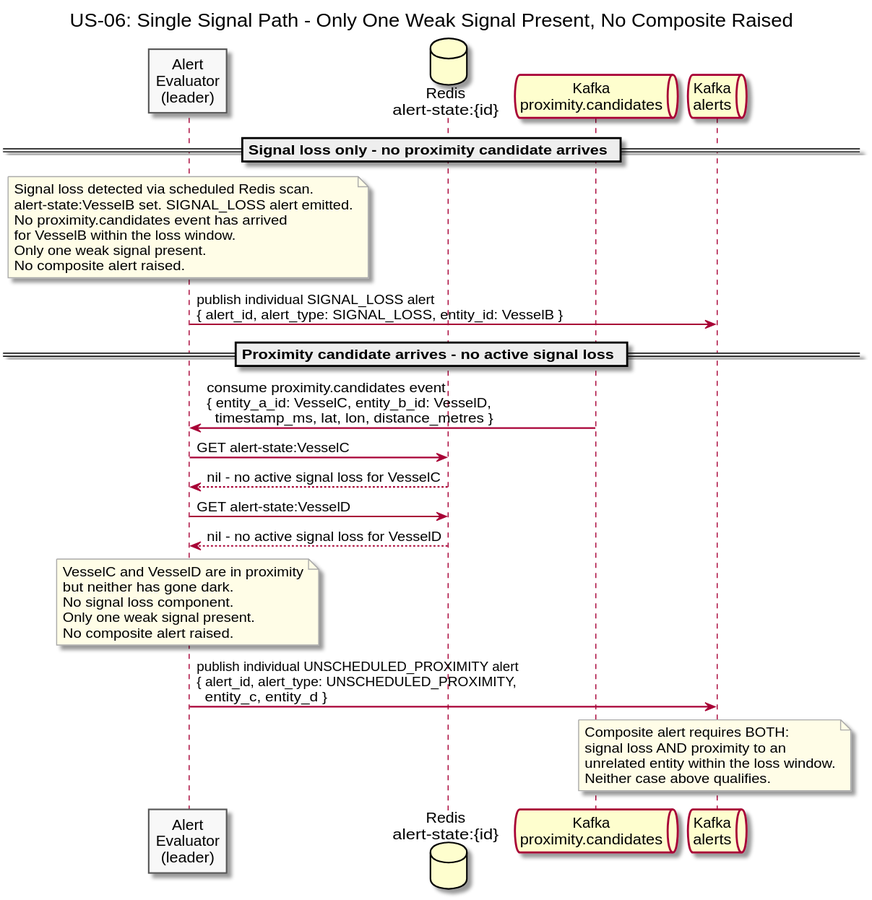
Earlier version of the PlantUML export diagrams/docs/use-cases/US-06-composite-alert/single-signal-path.svg (Buffden/sentinel).
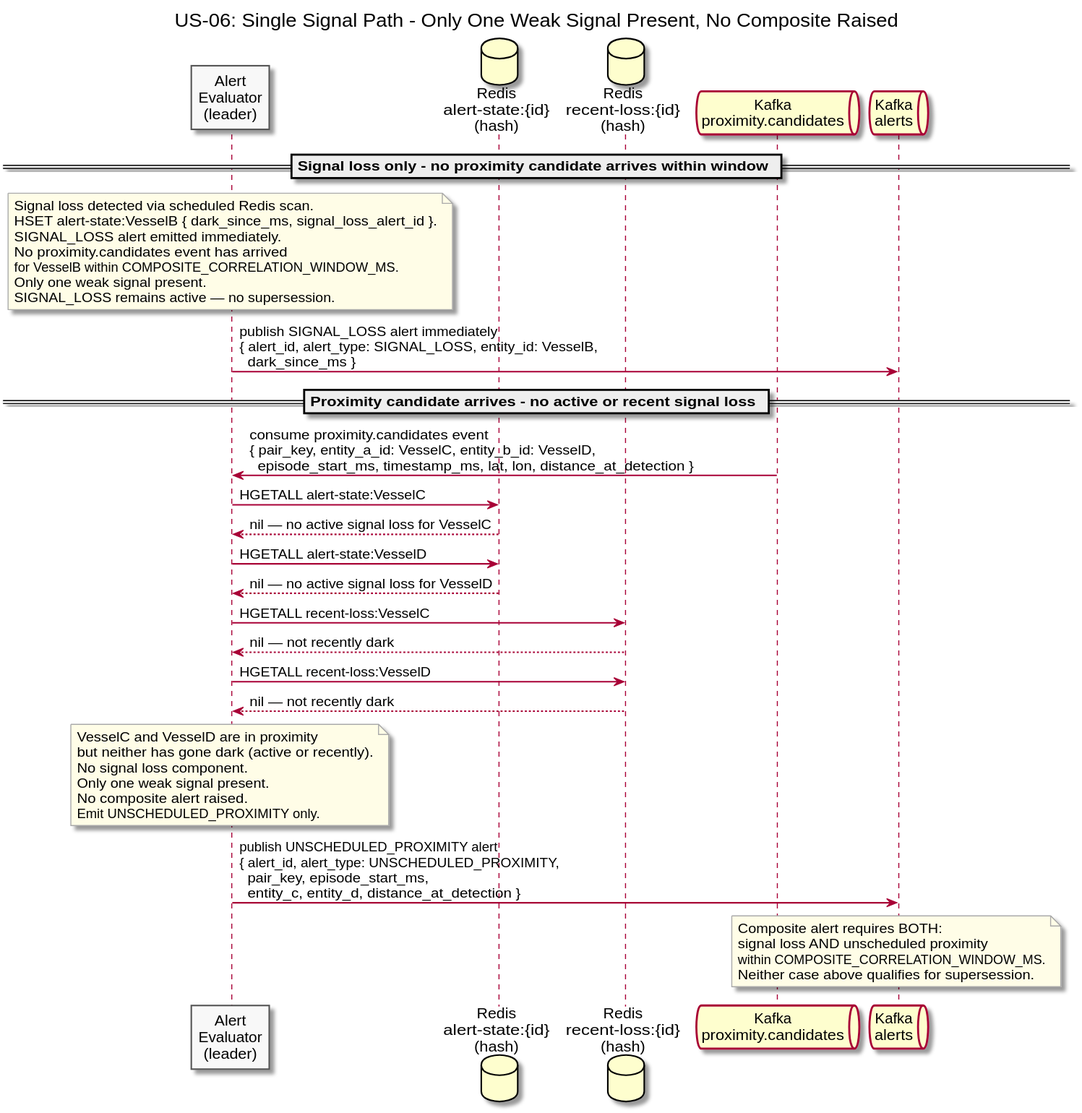
The same file after the commit.

Change to the diagram source:
```diff
@@ -8,48 +8,57 @@
 skinparam noteBackgroundColor #FFFDE7
 
 participant "Alert\nEvaluator\n(leader)" as Evaluator
-database "Redis\nalert-state:{id}" as AlertState
+database "Redis\nalert-state:{id}\n(hash)" as AlertState
+database "Redis\nrecent-loss:{id}\n(hash)" as RecentLoss
 queue "Kafka\nproximity.candidates" as ProxKafka
 queue "Kafka\nalerts" as Kafka
 
-== Signal loss only - no proximity candidate arrives ==
+== Signal loss only - no proximity candidate arrives within window ==
 
 note over Evaluator
   Signal loss detected via scheduled Redis scan.
-  alert-state:VesselB set. SIGNAL_LOSS alert emitted.
+  HSET alert-state:VesselB { dark_since_ms, signal_loss_alert_id }.
+  SIGNAL_LOSS alert emitted immediately.
   No proximity.candidates event has arrived
-  for VesselB within the loss window.
+  for VesselB within COMPOSITE_CORRELATION_WINDOW_MS.
   Only one weak signal present.
-  No composite alert raised.
+  SIGNAL_LOSS remains active — no supersession.
 end note
 
-Evaluator -> Kafka : publish individual SIGNAL_LOSS alert\n{ alert_id, alert_type: SIGNAL_LOSS, entity_id: VesselB }
+Evaluator -> Kafka : publish SIGNAL_LOSS alert immediately\n{ alert_id, alert_type: SIGNAL_LOSS, entity_id: VesselB,\n  dark_since_ms }
 
-== Proximity candidate arrives - no active signal loss ==
+== Proximity candidate arrives - no active or recent signal loss ==
 
-ProxKafka -> Evaluator : consume proximity.candidates event\n{ entity_a_id: VesselC, entity_b_id: VesselD,\n  timestamp_ms, lat, lon, distance_metres }
+ProxKafka -> Evaluator : consume proximity.candidates event\n{ pair_key, entity_a_id: VesselC, entity_b_id: VesselD,\n  episode_start_ms, timestamp_ms, lat, lon, distance_at_detection }
 
-Evaluator -> AlertState : GET alert-state:VesselC
-AlertState --> Evaluator : nil - no active signal loss for VesselC
+Evaluator -> AlertState : HGETALL alert-state:VesselC
+AlertState --> Evaluator : nil — no active signal loss for VesselC
 
-Evaluator -> AlertState : GET alert-state:VesselD
-AlertState --> Evaluator : nil - no active signal loss for VesselD
+Evaluator -> AlertState : HGETALL alert-state:VesselD
+AlertState --> Evaluator : nil — no active signal loss for VesselD
+
+Evaluator -> RecentLoss : HGETALL recent-loss:VesselC
+RecentLoss --> Evaluator : nil — not recently dark
+
+Evaluator -> RecentLoss : HGETALL recent-loss:VesselD
+RecentLoss --> Evaluator : nil — not recently dark
 
 note over Evaluator
   VesselC and VesselD are in proximity
-  but neither has gone dark.
+  but neither has gone dark (active or recently).
   No signal loss component.
   Only one weak signal present.
   No composite alert raised.
+  Emit UNSCHEDULED_PROXIMITY only.
 end note
 
-Evaluator -> Kafka : publish individual UNSCHEDULED_PROXIMITY alert\n{ alert_id, alert_type: UNSCHEDULED_PROXIMITY,\n  entity_c, entity_d }
+Evaluator -> Kafka : publish UNSCHEDULED_PROXIMITY alert\n{ alert_id, alert_type: UNSCHEDULED_PROXIMITY,\n  pair_key, episode_start_ms,\n  entity_c, entity_d, distance_at_detection }
 
 note over Kafka
   Composite alert requires BOTH:
-  signal loss AND proximity to an
-  unrelated entity within the loss window.
-  Neither case above qualifies.
+  signal loss AND unscheduled proximity
+  within COMPOSITE_CORRELATION_WINDOW_MS.
+  Neither case above qualifies for supersession.
 end note
 
 @enduml
```
